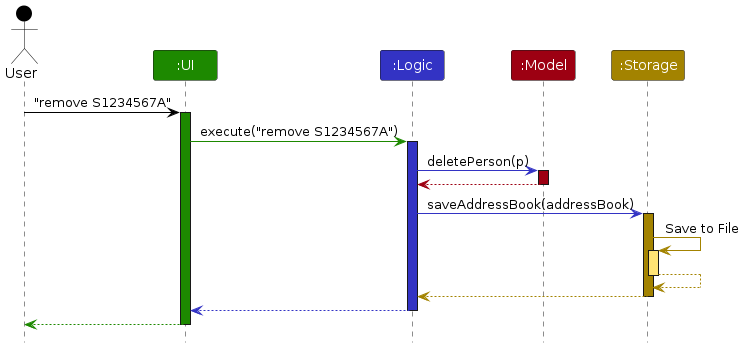
Before: diagrams/ArchitectureSequenceDiagram.png, a diagram exported from PlantUML (Hugo-Chia/tp). Its source is kept beside it as diagrams/ArchitectureSequenceDiagram.puml. Source of this version:
```plantuml
@startuml
!include style.puml
skinparam ArrowFontStyle plain

Actor User as user USER_COLOR
Participant ":UI" as ui UI_COLOR
Participant ":Logic" as logic LOGIC_COLOR
Participant ":Model" as model MODEL_COLOR
Participant ":Storage" as storage STORAGE_COLOR

user -[USER_COLOR]> ui : "remove S1234567A"
activate ui UI_COLOR

ui -[UI_COLOR]> logic : execute("remove S1234567A")
activate logic LOGIC_COLOR

logic -[LOGIC_COLOR]> model : deletePerson(p)
activate model MODEL_COLOR

model -[MODEL_COLOR]-> logic
deactivate model

logic -[LOGIC_COLOR]> storage : saveAddressBook(addressBook)
activate storage STORAGE_COLOR

storage -[STORAGE_COLOR]> storage : Save to File
activate storage STORAGE_COLOR_T1
storage --[STORAGE_COLOR]> storage
deactivate storage

storage --[STORAGE_COLOR]> logic
deactivate storage

logic --[LOGIC_COLOR]> ui
deactivate logic

ui--[UI_COLOR]> user
deactivate ui
@enduml
```
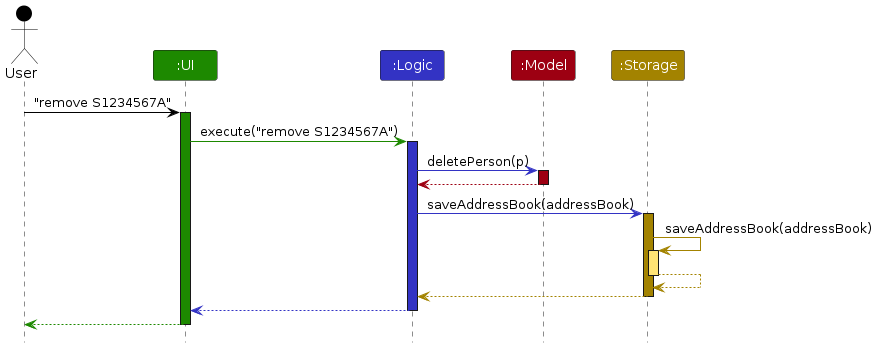
The same file after the commit.

The edit, as a diff of the source:
```diff
@@ -23,7 +23,7 @@
 logic -[LOGIC_COLOR]> storage : saveAddressBook(addressBook)
 activate storage STORAGE_COLOR
 
-storage -[STORAGE_COLOR]> storage : Save to File
+storage -[STORAGE_COLOR]> storage : saveAddressBook(addressBook)
 activate storage STORAGE_COLOR_T1
 storage --[STORAGE_COLOR]> storage
 deactivate storage
```
